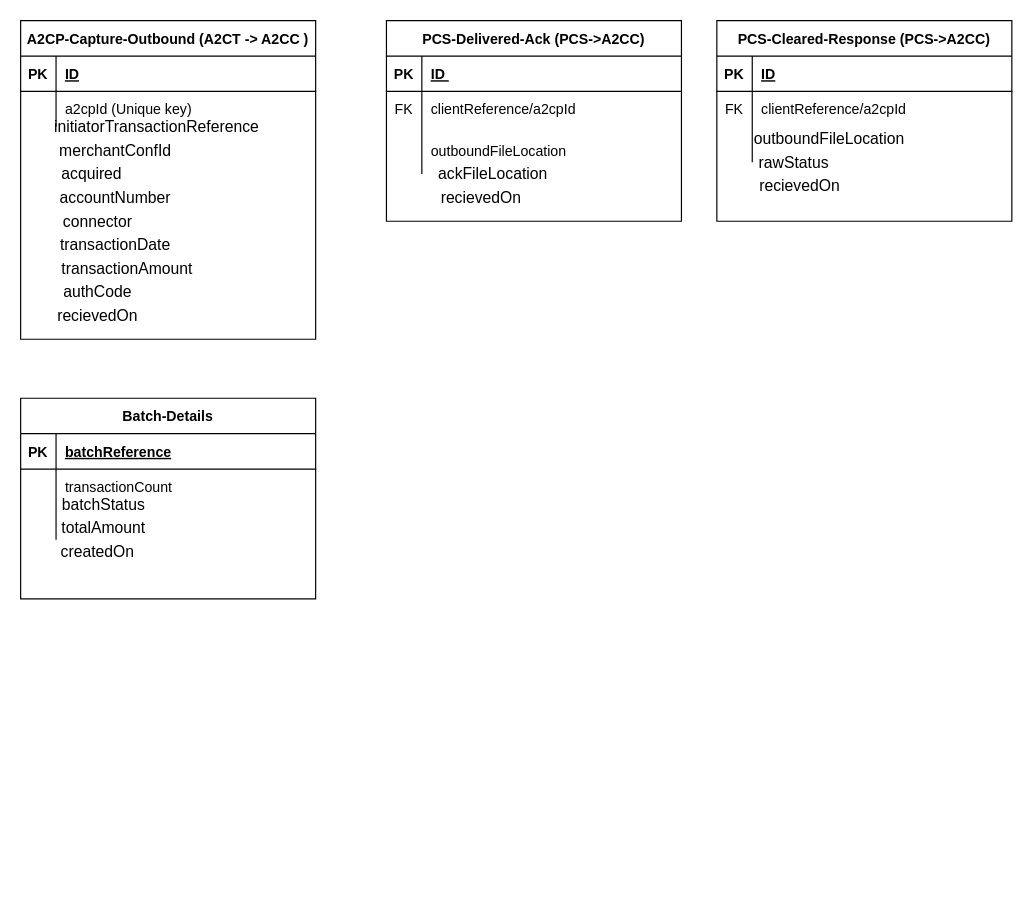
The draw.io diagram Untitled Diagram.drawio in yrvlande/AngularApp, before the edit. Source tidied: cells renumbered, new cells numbered last; positions are measured from the earlier drawing's top-left corner, leaving out a move shared by most shapes. Both pictures are drawn from the tidied source at 118%, with x=0, y=0 at pixel (20, 20).
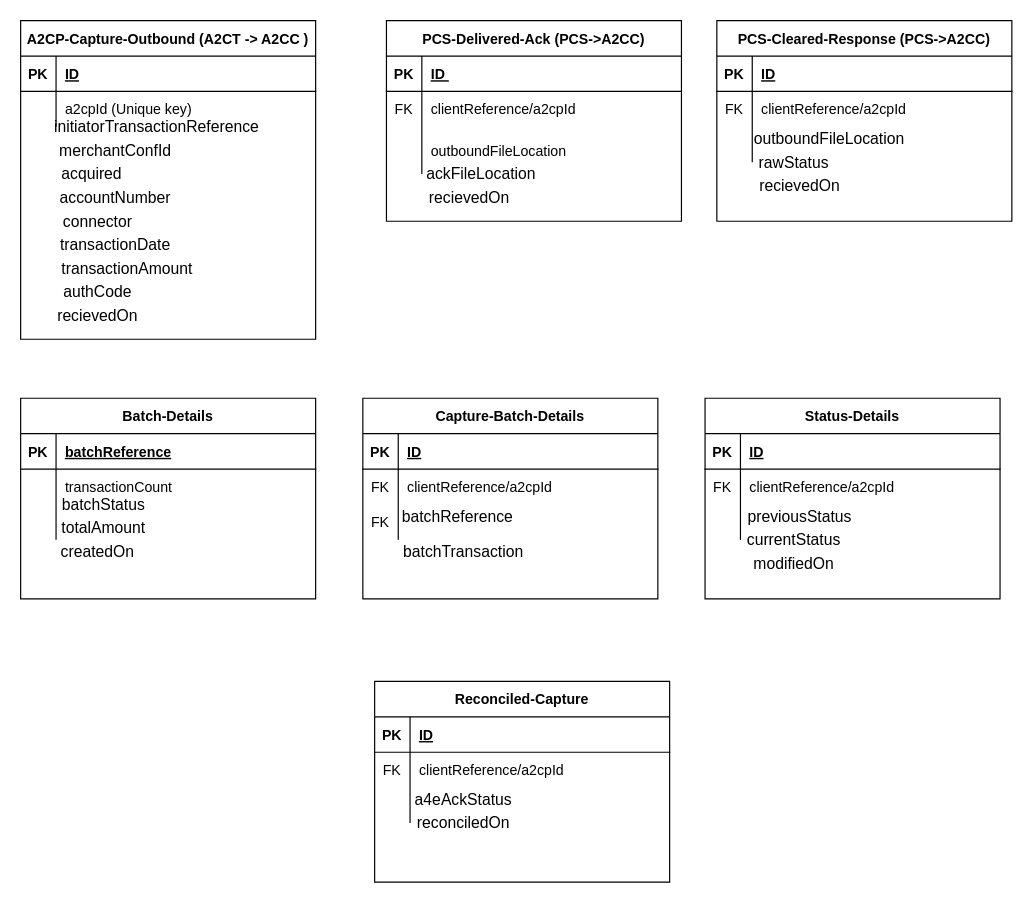
The same page after the edit.

The edit, as a diff of the source:
```diff
@@
     <mxCell id="38" value="&lt;span style=&quot;font-size: 10pt ; font-family: &amp;#34;calibri&amp;#34;&quot;&gt;ackFileLocation&lt;/span&gt;" style="text;html=1;align=center;verticalAlign=middle;" parent="1" vertex="1">
-      <mxGeometry x="350" y="120" width="100" height="20" as="geometry" />
+      <mxGeometry x="340" y="120" width="100" height="20" as="geometry" />
     </mxCell>
     <mxCell id="39" value="&lt;span style=&quot;font-size: 10pt ; font-family: &amp;#34;calibri&amp;#34;&quot;&gt;recievedOn&lt;/span&gt;" style="text;html=1;align=center;verticalAlign=middle;" parent="1" vertex="1">
-      <mxGeometry x="350" y="140" width="80" height="20" as="geometry" />
+      <mxGeometry x="340" y="140" width="80" height="20" as="geometry" />
     </mxCell>
@@
+    <mxCell id="56" value="Capture-Batch-Details" style="shape=table;startSize=30;childLayout=tableLayout;rowLines=0;fontStyle=1;align=center;" parent="1" vertex="1">
+      <mxGeometry x="290" y="320" width="250" height="170" as="geometry" />
+    </mxCell>
+    <mxCell id="57" style="shape=partialRectangle;fillColor=none;top=0;left=0;right=0;bottom=1;" parent="56" vertex="1">
+      <mxGeometry y="30" width="250" height="30" as="geometry" />
+    </mxCell>
+    <mxCell id="58" value="PK" style="shape=partialRectangle;overflow=hidden;fillColor=none;top=0;left=0;bottom=0;right=0;fontStyle=1;" parent="57" vertex="1">
+      <mxGeometry width="30" height="30" as="geometry" />
+    </mxCell>
+    <mxCell id="59" value="ID" style="shape=partialRectangle;overflow=hidden;fillColor=none;top=0;left=0;bottom=0;right=0;align=left;spacingLeft=6;fontStyle=5;" parent="57" vertex="1">
+      <mxGeometry x="30" width="220" height="30" as="geometry" />
+    </mxCell>
+    <mxCell id="60" style="shape=partialRectangle;fillColor=none;top=0;left=0;right=0;bottom=0;" parent="56" vertex="1">
+      <mxGeometry y="60" width="250" height="30" as="geometry" />
+    </mxCell>
+    <mxCell id="61" value="FK" style="shape=partialRectangle;overflow=hidden;fillColor=none;top=0;left=0;bottom=0;right=0;" parent="60" vertex="1">
+      <mxGeometry width="30" height="30" as="geometry" />
+    </mxCell>
+    <mxCell id="62" value="clientReference/a2cpId" style="shape=partialRectangle;overflow=hidden;fillColor=none;top=0;left=0;bottom=0;right=0;align=left;spacingLeft=6;" parent="60" vertex="1">
+      <mxGeometry x="30" width="220" height="30" as="geometry" />
+    </mxCell>
+    <mxCell id="63" style="shape=partialRectangle;fillColor=none;top=0;left=0;right=0;bottom=0;" parent="56" vertex="1">
+      <mxGeometry y="90" width="250" height="30" as="geometry" />
+    </mxCell>
+    <mxCell id="64" value="FK" style="shape=partialRectangle;overflow=hidden;fillColor=none;top=0;left=0;bottom=0;right=0;" parent="63" vertex="1">
+      <mxGeometry width="30" height="30" as="geometry" />
+    </mxCell>
+    <mxCell id="65" style="shape=partialRectangle;overflow=hidden;fillColor=none;top=0;left=0;bottom=0;right=0;align=left;spacingLeft=6;" parent="63" vertex="1">
+      <mxGeometry x="30" width="220" height="30" as="geometry" />
+    </mxCell>
+    <mxCell id="66" value="&lt;span style=&quot;font-size: 10pt ; font-family: &amp;#34;calibri&amp;#34;&quot;&gt;batchReference&lt;/span&gt;" style="text;html=1;align=center;verticalAlign=middle;" parent="1" vertex="1">
+      <mxGeometry x="320" y="410" width="100" height="20" as="geometry" />
+    </mxCell>
+    <mxCell id="67" value="&lt;span style=&quot;font-size: 10pt ; font-family: &amp;#34;calibri&amp;#34;&quot;&gt;batchTransaction&lt;/span&gt;" style="text;html=1;align=center;verticalAlign=middle;" parent="1" vertex="1">
+      <mxGeometry x="320" y="440" width="110" height="20" as="geometry" />
+    </mxCell>
+    <mxCell id="68" value="Status-Details" style="shape=table;startSize=30;childLayout=tableLayout;rowLines=0;fontStyle=1;align=center;" parent="1" vertex="1">
+      <mxGeometry x="580" y="320" width="250" height="170" as="geometry" />
+    </mxCell>
+    <mxCell id="69" style="shape=partialRectangle;fillColor=none;top=0;left=0;right=0;bottom=1;" parent="68" vertex="1">
+      <mxGeometry y="30" width="250" height="30" as="geometry" />
+    </mxCell>
+    <mxCell id="70" value="PK" style="shape=partialRectangle;overflow=hidden;fillColor=none;top=0;left=0;bottom=0;right=0;fontStyle=1;" parent="69" vertex="1">
+      <mxGeometry width="30" height="30" as="geometry" />
+    </mxCell>
+    <mxCell id="71" value="ID" style="shape=partialRectangle;overflow=hidden;fillColor=none;top=0;left=0;bottom=0;right=0;align=left;spacingLeft=6;fontStyle=5;" parent="69" vertex="1">
+      <mxGeometry x="30" width="220" height="30" as="geometry" />
+    </mxCell>
+    <mxCell id="72" style="shape=partialRectangle;fillColor=none;top=0;left=0;right=0;bottom=0;" parent="68" vertex="1">
+      <mxGeometry y="60" width="250" height="30" as="geometry" />
+    </mxCell>
+    <mxCell id="73" value="FK" style="shape=partialRectangle;overflow=hidden;fillColor=none;top=0;left=0;bottom=0;right=0;" parent="72" vertex="1">
+      <mxGeometry width="30" height="30" as="geometry" />
+    </mxCell>
+    <mxCell id="74" value="clientReference/a2cpId" style="shape=partialRectangle;overflow=hidden;fillColor=none;top=0;left=0;bottom=0;right=0;align=left;spacingLeft=6;" parent="72" vertex="1">
+      <mxGeometry x="30" width="220" height="30" as="geometry" />
+    </mxCell>
+    <mxCell id="75" style="shape=partialRectangle;fillColor=none;top=0;left=0;right=0;bottom=0;" parent="68" vertex="1">
+      <mxGeometry y="90" width="250" height="30" as="geometry" />
+    </mxCell>
+    <mxCell id="76" style="shape=partialRectangle;overflow=hidden;fillColor=none;top=0;left=0;bottom=0;right=0;" parent="75" vertex="1">
+      <mxGeometry width="30" height="30" as="geometry" />
+    </mxCell>
+    <mxCell id="77" style="shape=partialRectangle;overflow=hidden;fillColor=none;top=0;left=0;bottom=0;right=0;align=left;spacingLeft=6;" parent="75" vertex="1">
+      <mxGeometry x="30" width="220" height="30" as="geometry" />
+    </mxCell>
+    <mxCell id="78" value="&lt;span style=&quot;font-size: 10pt ; font-family: &amp;#34;calibri&amp;#34;&quot;&gt;previousStatus&lt;/span&gt;" style="text;html=1;align=center;verticalAlign=middle;" parent="1" vertex="1">
+      <mxGeometry x="610" y="410" width="100" height="20" as="geometry" />
+    </mxCell>
+    <mxCell id="79" value="&lt;span style=&quot;font-size: 10pt ; font-family: &amp;#34;calibri&amp;#34;&quot;&gt;currentStatus&lt;/span&gt;" style="text;html=1;align=center;verticalAlign=middle;" parent="1" vertex="1">
+      <mxGeometry x="610" y="430" width="90" height="20" as="geometry" />
+    </mxCell>
+    <mxCell id="80" value="&lt;span style=&quot;font-size: 10pt ; font-family: &amp;#34;calibri&amp;#34;&quot;&gt;modifiedOn&lt;/span&gt;" style="text;html=1;align=center;verticalAlign=middle;" parent="1" vertex="1">
+      <mxGeometry x="615" y="450" width="80" height="20" as="geometry" />
+    </mxCell>
+    <mxCell id="81" value="Reconciled-Capture" style="shape=table;startSize=30;childLayout=tableLayout;rowLines=0;fontStyle=1;align=center;" parent="1" vertex="1">
+      <mxGeometry x="300" y="560" width="250" height="170" as="geometry" />
+    </mxCell>
+    <mxCell id="82" style="shape=partialRectangle;fillColor=none;top=0;left=0;right=0;bottom=1;" parent="81" vertex="1">
+      <mxGeometry y="30" width="250" height="30" as="geometry" />
+    </mxCell>
+    <mxCell id="83" value="PK" style="shape=partialRectangle;overflow=hidden;fillColor=none;top=0;left=0;bottom=0;right=0;fontStyle=1;" parent="82" vertex="1">
+      <mxGeometry width="30" height="30" as="geometry" />
+    </mxCell>
+    <mxCell id="84" value="ID" style="shape=partialRectangle;overflow=hidden;fillColor=none;top=0;left=0;bottom=0;right=0;align=left;spacingLeft=6;fontStyle=5;" parent="82" vertex="1">
+      <mxGeometry x="30" width="220" height="30" as="geometry" />
+    </mxCell>
+    <mxCell id="85" style="shape=partialRectangle;fillColor=none;top=0;left=0;right=0;bottom=0;" parent="81" vertex="1">
+      <mxGeometry y="60" width="250" height="30" as="geometry" />
+    </mxCell>
+    <mxCell id="86" value="FK" style="shape=partialRectangle;overflow=hidden;fillColor=none;top=0;left=0;bottom=0;right=0;" parent="85" vertex="1">
+      <mxGeometry width="30" height="30" as="geometry" />
+    </mxCell>
+    <mxCell id="87" value="clientReference/a2cpId" style="shape=partialRectangle;overflow=hidden;fillColor=none;top=0;left=0;bottom=0;right=0;align=left;spacingLeft=6;" parent="85" vertex="1">
+      <mxGeometry x="30" width="220" height="30" as="geometry" />
+    </mxCell>
+    <mxCell id="88" style="shape=partialRectangle;fillColor=none;top=0;left=0;right=0;bottom=0;" parent="81" vertex="1">
+      <mxGeometry y="90" width="250" height="30" as="geometry" />
+    </mxCell>
+    <mxCell id="89" style="shape=partialRectangle;overflow=hidden;fillColor=none;top=0;left=0;bottom=0;right=0;" parent="88" vertex="1">
+      <mxGeometry width="30" height="30" as="geometry" />
+    </mxCell>
+    <mxCell id="90" style="shape=partialRectangle;overflow=hidden;fillColor=none;top=0;left=0;bottom=0;right=0;align=left;spacingLeft=6;" parent="88" vertex="1">
+      <mxGeometry x="30" width="220" height="30" as="geometry" />
+    </mxCell>
+    <mxCell id="91" value="&lt;span style=&quot;font-size: 10pt ; font-family: &amp;#34;calibri&amp;#34;&quot;&gt;a4e&lt;/span&gt;&lt;span style=&quot;font-size: 10pt ; font-family: &amp;#34;calibri&amp;#34;&quot;&gt;A&lt;/span&gt;&lt;span style=&quot;font-size: 10pt ; font-family: &amp;#34;calibri&amp;#34;&quot;&gt;ckStatus&lt;/span&gt;" style="text;html=1;align=center;verticalAlign=middle;" parent="1" vertex="1">
+      <mxGeometry x="330" y="650" width="90" height="20" as="geometry" />
+    </mxCell>
+    <mxCell id="92" value="&lt;span style=&quot;font-size: 10pt ; font-family: &amp;#34;calibri&amp;#34;&quot;&gt;reconciledOn&lt;/span&gt;" style="text;html=1;align=center;verticalAlign=middle;" parent="1" vertex="1">
+      <mxGeometry x="330" y="670" width="90" height="20" as="geometry" />
+    </mxCell>
```
